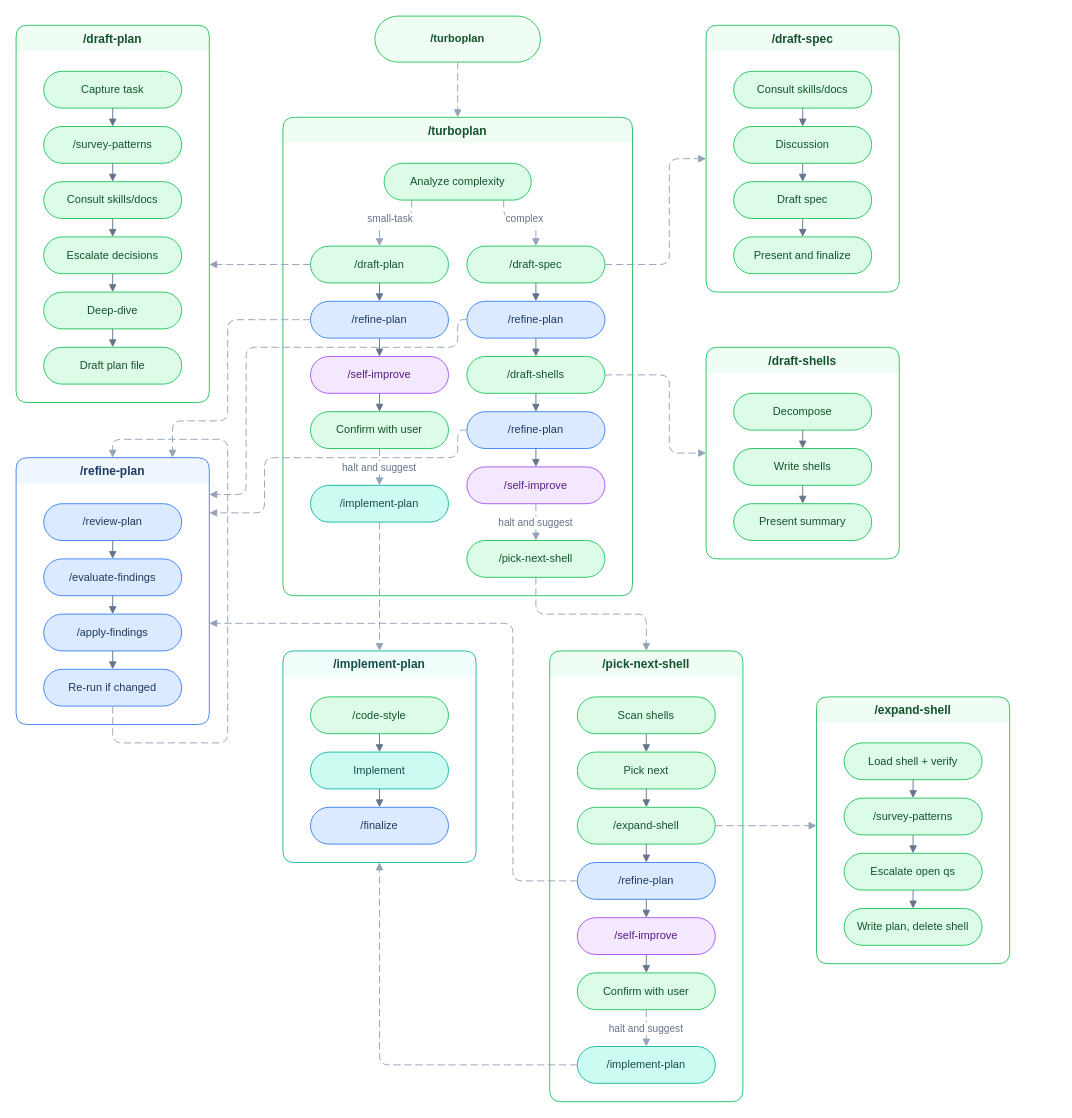
The draw.io diagram assets/how-turboplan-connects.drawio in tobihagemann/turbo, before the edit. Source tidied: cells renumbered, new cells numbered last; positions are measured from the earlier drawing's top-left corner, leaving out a move shared by most shapes. Both pictures are drawn from the tidied source at 92%, with x=0, y=0 at pixel (16, 16).
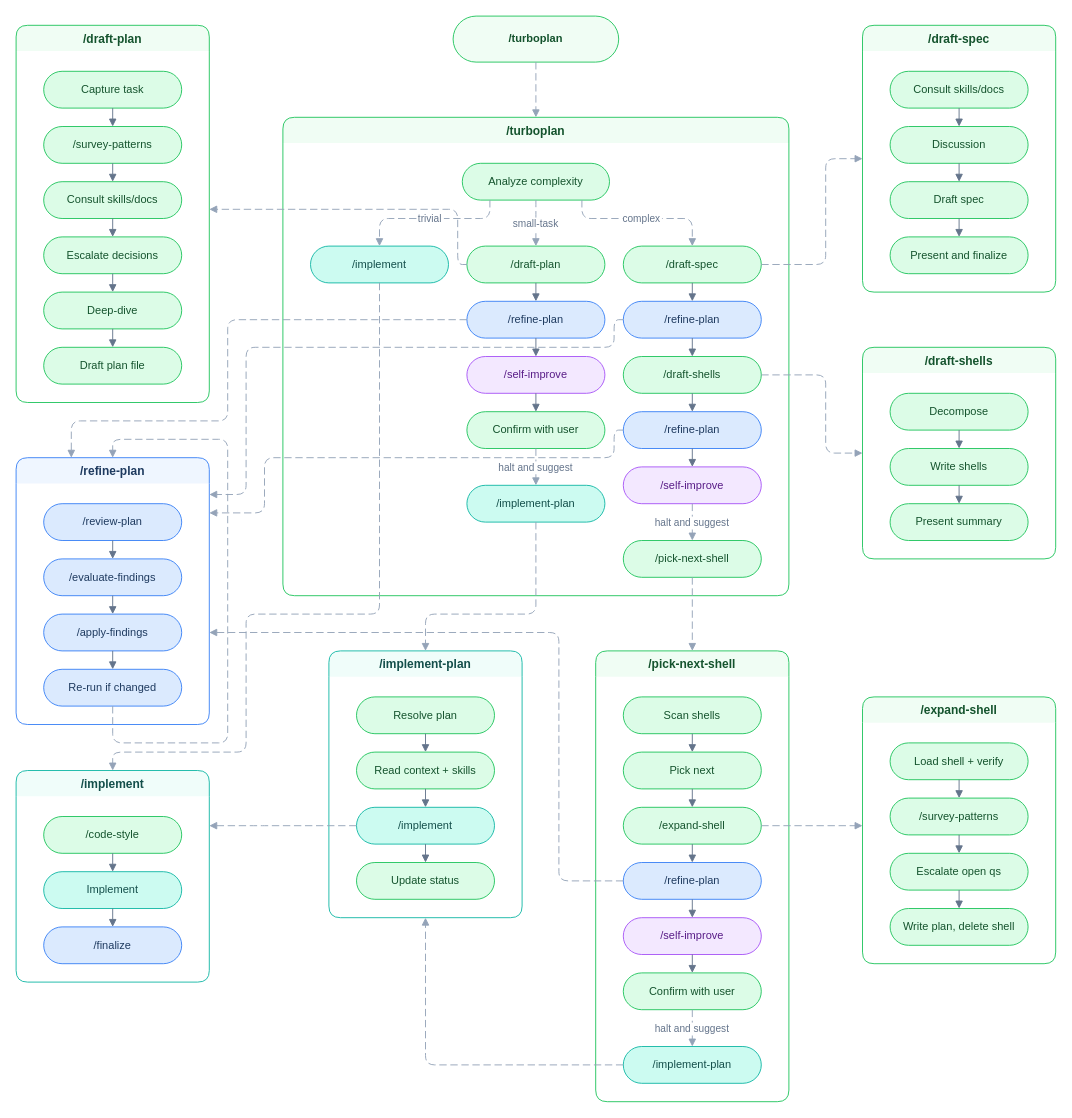
The same page after the edit.

Commit message (it also covers changes not shown here):
Extract /implement skill and add trivial mode for /turboplan and improvements

The change refers to these unchanged cells:
```xml
<mxCell id="28" value="/draft-plan" style="swimlane;startSize=28;rounded=1;fillColor=#f0fdf4;strokeColor=#22c55e;fontColor=#14532d;fontStyle=1;fontSize=13;swimlaneLine=0;" parent="1" vertex="1">
  <mxGeometry y="10" width="210" height="410" as="geometry" />
</mxCell>
<mxCell id="40" value="/refine-plan" style="swimlane;startSize=28;rounded=1;fillColor=#eff6ff;strokeColor=#3b82f6;fontColor=#1e3a5f;fontStyle=1;fontSize=13;swimlaneLine=0;" parent="1" vertex="1">
  <mxGeometry y="480" width="210" height="290" as="geometry" />
</mxCell>
<mxCell id="73" value="/refine-plan" style="rounded=1;whiteSpace=wrap;html=1;arcSize=50;fillColor=#dbeafe;strokeColor=#3b82f6;fontColor=#1e3a5f;fontSize=12;" parent="69" vertex="1">
  <mxGeometry x="30" y="230" width="150" height="40" as="geometry" />
</mxCell>
```

Diff of the diagram source:
```diff
@@
     <mxCell id="2" value="/turboplan" style="rounded=1;whiteSpace=wrap;html=1;arcSize=50;fillColor=#f0fdf4;strokeColor=#22c55e;fontColor=#14532d;fontSize=12;fontStyle=1;" parent="1" vertex="1">
-      <mxGeometry x="390" width="180" height="50" as="geometry" />
+      <mxGeometry x="475" width="180" height="50" as="geometry" />
     </mxCell>
@@
     <mxCell id="4" value="/turboplan" style="swimlane;startSize=28;rounded=1;fillColor=#f0fdf4;strokeColor=#22c55e;fontColor=#14532d;fontStyle=1;fontSize=13;swimlaneLine=0;" parent="1" vertex="1">
-      <mxGeometry x="290" y="110" width="380" height="520" as="geometry" />
+      <mxGeometry x="290" y="110" width="550" height="520" as="geometry" />
     </mxCell>
     <mxCell id="5" value="Analyze complexity" style="rounded=1;whiteSpace=wrap;html=1;arcSize=50;fillColor=#dcfce7;strokeColor=#22c55e;fontColor=#14532d;fontSize=12;" parent="4" vertex="1">
-      <mxGeometry x="110" y="50" width="160" height="40" as="geometry" />
+      <mxGeometry x="195" y="50" width="160" height="40" as="geometry" />
     </mxCell>
     <mxCell id="6" value="/draft-plan" style="rounded=1;whiteSpace=wrap;html=1;arcSize=50;fillColor=#dcfce7;strokeColor=#22c55e;fontColor=#14532d;fontSize=12;" parent="4" vertex="1">
-      <mxGeometry x="30" y="140" width="150" height="40" as="geometry" />
+      <mxGeometry x="200" y="140" width="150" height="40" as="geometry" />
     </mxCell>
     <mxCell id="7" value="/refine-plan" style="rounded=1;whiteSpace=wrap;html=1;arcSize=50;fillColor=#dbeafe;strokeColor=#3b82f6;fontColor=#1e3a5f;fontSize=12;" parent="4" vertex="1">
-      <mxGeometry x="30" y="200" width="150" height="40" as="geometry" />
+      <mxGeometry x="200" y="200" width="150" height="40" as="geometry" />
     </mxCell>
     <mxCell id="8" value="/self-improve" style="rounded=1;whiteSpace=wrap;html=1;arcSize=50;fillColor=#f3e8ff;strokeColor=#a855f7;fontColor=#581c87;fontSize=12;" parent="4" vertex="1">
-      <mxGeometry x="30" y="260" width="150" height="40" as="geometry" />
+      <mxGeometry x="200" y="260" width="150" height="40" as="geometry" />
     </mxCell>
     <mxCell id="9" value="Confirm with user" style="rounded=1;whiteSpace=wrap;html=1;arcSize=50;fillColor=#dcfce7;strokeColor=#22c55e;fontColor=#14532d;fontSize=12;" parent="4" vertex="1">
-      <mxGeometry x="30" y="320" width="150" height="40" as="geometry" />
+      <mxGeometry x="200" y="320" width="150" height="40" as="geometry" />
     </mxCell>
     <mxCell id="10" value="/implement-plan" style="rounded=1;whiteSpace=wrap;html=1;arcSize=50;fillColor=#ccfbf1;strokeColor=#14b8a6;fontColor=#134e4a;fontSize=12;" parent="4" vertex="1">
-      <mxGeometry x="30" y="400" width="150" height="40" as="geometry" />
+      <mxGeometry x="200" y="400" width="150" height="40" as="geometry" />
     </mxCell>
     <mxCell id="11" value="/draft-spec" style="rounded=1;whiteSpace=wrap;html=1;arcSize=50;fillColor=#dcfce7;strokeColor=#22c55e;fontColor=#14532d;fontSize=12;" parent="4" vertex="1">
-      <mxGeometry x="200" y="140" width="150" height="40" as="geometry" />
+      <mxGeometry x="370" y="140" width="150" height="40" as="geometry" />
     </mxCell>
     <mxCell id="12" value="/refine-plan" style="rounded=1;whiteSpace=wrap;html=1;arcSize=50;fillColor=#dbeafe;strokeColor=#3b82f6;fontColor=#1e3a5f;fontSize=12;" parent="4" vertex="1">
-      <mxGeometry x="200" y="200" width="150" height="40" as="geometry" />
+      <mxGeometry x="370" y="200" width="150" height="40" as="geometry" />
     </mxCell>
     <mxCell id="13" value="/draft-shells" style="rounded=1;whiteSpace=wrap;html=1;arcSize=50;fillColor=#dcfce7;strokeColor=#22c55e;fontColor=#14532d;fontSize=12;" parent="4" vertex="1">
-      <mxGeometry x="200" y="260" width="150" height="40" as="geometry" />
+      <mxGeometry x="370" y="260" width="150" height="40" as="geometry" />
     </mxCell>
     <mxCell id="14" value="/refine-plan" style="rounded=1;whiteSpace=wrap;html=1;arcSize=50;fillColor=#dbeafe;strokeColor=#3b82f6;fontColor=#1e3a5f;fontSize=12;" parent="4" vertex="1">
-      <mxGeometry x="200" y="320" width="150" height="40" as="geometry" />
+      <mxGeometry x="370" y="320" width="150" height="40" as="geometry" />
     </mxCell>
     <mxCell id="15" value="/self-improve" style="rounded=1;whiteSpace=wrap;html=1;arcSize=50;fillColor=#f3e8ff;strokeColor=#a855f7;fontColor=#581c87;fontSize=12;" parent="4" vertex="1">
-      <mxGeometry x="200" y="380" width="150" height="40" as="geometry" />
+      <mxGeometry x="370" y="380" width="150" height="40" as="geometry" />
     </mxCell>
     <mxCell id="16" value="/pick-next-shell" style="rounded=1;whiteSpace=wrap;html=1;arcSize=50;fillColor=#dcfce7;strokeColor=#22c55e;fontColor=#14532d;fontSize=12;" parent="4" vertex="1">
-      <mxGeometry x="200" y="460" width="150" height="40" as="geometry" />
+      <mxGeometry x="370" y="460" width="150" height="40" as="geometry" />
     </mxCell>
     <mxCell id="17" value="small-task" style="dashed=1;dashPattern=8 4;endArrow=block;endFill=1;rounded=1;edgeStyle=orthogonalEdgeStyle;strokeColor=#94a3b8;fontSize=11;fontColor=#64748b;" parent="4" edge="1" source="5" target="6">
       <mxGeometry relative="1" as="geometry">
         <Array as="points">
-          <mxPoint x="140" y="110" />
-          <mxPoint x="105" y="110" />
+          <mxPoint x="275" y="100" />
+          <mxPoint x="275" y="100" />
         </Array>
       </mxGeometry>
     </mxCell>
     <mxCell id="18" value="complex" style="dashed=1;dashPattern=8 4;endArrow=block;endFill=1;rounded=1;edgeStyle=orthogonalEdgeStyle;strokeColor=#94a3b8;fontSize=11;fontColor=#64748b;" parent="4" edge="1" source="5" target="11">
       <mxGeometry relative="1" as="geometry">
         <Array as="points">
-          <mxPoint x="240" y="110" />
-          <mxPoint x="275" y="110" />
+          <mxPoint x="325" y="110" />
+          <mxPoint x="445" y="110" />
         </Array>
       </mxGeometry>
     </mxCell>
+    <mxCell id="102" value="/implement" style="rounded=1;whiteSpace=wrap;html=1;arcSize=50;fillColor=#ccfbf1;strokeColor=#14b8a6;fontColor=#134e4a;fontSize=12;" parent="4" vertex="1">
+      <mxGeometry x="30" y="140" width="150" height="40" as="geometry" />
+    </mxCell>
+    <mxCell id="103" value="trivial" style="dashed=1;dashPattern=8 4;endArrow=block;endFill=1;rounded=1;edgeStyle=orthogonalEdgeStyle;strokeColor=#94a3b8;fontSize=11;fontColor=#64748b;" parent="4" edge="1" source="5" target="102">
+      <mxGeometry relative="1" as="geometry">
+        <Array as="points">
+          <mxPoint x="225" y="110" />
+          <mxPoint x="105" y="110" />
+        </Array>
+      </mxGeometry>
+    </mxCell>
@@
     <mxCell id="49" value="/implement-plan" style="swimlane;startSize=28;rounded=1;fillColor=#f0fdfa;strokeColor=#14b8a6;fontColor=#134e4a;fontStyle=1;fontSize=13;swimlaneLine=0;" parent="1" vertex="1">
-      <mxGeometry x="290" y="690" width="210" height="230" as="geometry" />
+      <mxGeometry x="340" y="690" width="210" height="290" as="geometry" />
     </mxCell>
-    <mxCell id="50" value="/code-style" style="rounded=1;whiteSpace=wrap;html=1;arcSize=50;fillColor=#dcfce7;strokeColor=#22c55e;fontColor=#14532d;fontSize=12;" parent="49" vertex="1">
-      <mxGeometry x="30" y="50" width="150" height="40" as="geometry" />
-    </mxCell>
-    <mxCell id="51" value="Implement" style="rounded=1;whiteSpace=wrap;html=1;arcSize=50;fillColor=#ccfbf1;strokeColor=#14b8a6;fontColor=#134e4a;fontSize=12;" parent="49" vertex="1">
-      <mxGeometry x="30" y="110" width="150" height="40" as="geometry" />
-    </mxCell>
-    <mxCell id="52" value="/finalize" style="rounded=1;whiteSpace=wrap;html=1;arcSize=50;fillColor=#dbeafe;strokeColor=#3b82f6;fontColor=#1e3a5f;fontSize=12;" parent="49" vertex="1">
-      <mxGeometry x="30" y="170" width="150" height="40" as="geometry" />
-    </mxCell>
-    <mxCell id="53" style="endArrow=block;endFill=1;rounded=1;edgeStyle=orthogonalEdgeStyle;strokeColor=#64748b;" parent="49" edge="1" source="50" target="51">
-      <mxGeometry relative="1" as="geometry" />
-    </mxCell>
-    <mxCell id="54" style="endArrow=block;endFill=1;rounded=1;edgeStyle=orthogonalEdgeStyle;strokeColor=#64748b;" parent="49" edge="1" source="51" target="52">
-      <mxGeometry relative="1" as="geometry" />
-    </mxCell>
+    <mxCell id="104" value="Resolve plan" style="rounded=1;whiteSpace=wrap;html=1;arcSize=50;fillColor=#dcfce7;strokeColor=#22c55e;fontColor=#14532d;fontSize=12;" parent="49" vertex="1">
+      <mxGeometry x="30" y="50" width="150" height="40" as="geometry" />
+    </mxCell>
+    <mxCell id="105" value="Read context + skills" style="rounded=1;whiteSpace=wrap;html=1;arcSize=50;fillColor=#dcfce7;strokeColor=#22c55e;fontColor=#14532d;fontSize=12;" parent="49" vertex="1">
+      <mxGeometry x="30" y="110" width="150" height="40" as="geometry" />
+    </mxCell>
+    <mxCell id="106" value="/implement" style="rounded=1;whiteSpace=wrap;html=1;arcSize=50;fillColor=#ccfbf1;strokeColor=#14b8a6;fontColor=#134e4a;fontSize=12;" parent="49" vertex="1">
+      <mxGeometry x="30" y="170" width="150" height="40" as="geometry" />
+    </mxCell>
+    <mxCell id="107" value="Update status" style="rounded=1;whiteSpace=wrap;html=1;arcSize=50;fillColor=#dcfce7;strokeColor=#22c55e;fontColor=#14532d;fontSize=12;" parent="49" vertex="1">
+      <mxGeometry x="30" y="230" width="150" height="40" as="geometry" />
+    </mxCell>
+    <mxCell id="108" style="endArrow=block;endFill=1;rounded=1;edgeStyle=orthogonalEdgeStyle;strokeColor=#64748b;" parent="49" edge="1" source="104" target="105">
+      <mxGeometry relative="1" as="geometry" />
+    </mxCell>
+    <mxCell id="109" style="endArrow=block;endFill=1;rounded=1;edgeStyle=orthogonalEdgeStyle;strokeColor=#64748b;" parent="49" edge="1" source="105" target="106">
+      <mxGeometry relative="1" as="geometry" />
+    </mxCell>
+    <mxCell id="110" style="endArrow=block;endFill=1;rounded=1;edgeStyle=orthogonalEdgeStyle;strokeColor=#64748b;" parent="49" edge="1" source="106" target="107">
+      <mxGeometry relative="1" as="geometry" />
+    </mxCell>
     <mxCell id="55" value="/draft-spec" style="swimlane;startSize=28;rounded=1;fillColor=#f0fdf4;strokeColor=#22c55e;fontColor=#14532d;fontStyle=1;fontSize=13;swimlaneLine=0;" parent="1" vertex="1">
-      <mxGeometry x="750" y="10" width="210" height="290" as="geometry" />
+      <mxGeometry x="920" y="10" width="210" height="290" as="geometry" />
     </mxCell>
@@
     <mxCell id="63" value="/draft-shells" style="swimlane;startSize=28;rounded=1;fillColor=#f0fdf4;strokeColor=#22c55e;fontColor=#14532d;fontStyle=1;fontSize=13;swimlaneLine=0;" parent="1" vertex="1">
-      <mxGeometry x="750" y="360" width="210" height="230" as="geometry" />
+      <mxGeometry x="920" y="360" width="210" height="230" as="geometry" />
     </mxCell>
@@
     <mxCell id="69" value="/pick-next-shell" style="swimlane;startSize=28;rounded=1;fillColor=#f0fdf4;strokeColor=#22c55e;fontColor=#14532d;fontStyle=1;fontSize=13;swimlaneLine=0;" parent="1" vertex="1">
-      <mxGeometry x="580" y="690" width="210" height="490" as="geometry" />
+      <mxGeometry x="630" y="690" width="210" height="490" as="geometry" />
     </mxCell>
@@
     <mxCell id="83" value="/expand-shell" style="swimlane;startSize=28;rounded=1;fillColor=#f0fdf4;strokeColor=#22c55e;fontColor=#14532d;fontStyle=1;fontSize=13;swimlaneLine=0;" parent="1" vertex="1">
-      <mxGeometry x="870" y="740" width="210" height="290" as="geometry" />
+      <mxGeometry x="920" y="740" width="210" height="290" as="geometry" />
     </mxCell>
@@
     <mxCell id="92" style="dashed=1;dashPattern=8 4;endArrow=block;endFill=1;rounded=1;edgeStyle=orthogonalEdgeStyle;strokeColor=#94a3b8;fontSize=11;fontColor=#64748b;" parent="1" edge="1" source="6" target="28">
       <mxGeometry relative="1" as="geometry">
         <Array as="points">
-          <mxPoint x="240" y="270" />
-          <mxPoint x="240" y="270" />
+          <mxPoint x="480" y="270" />
+          <mxPoint x="480" y="210" />
         </Array>
       </mxGeometry>
     </mxCell>
     <mxCell id="93" style="dashed=1;dashPattern=8 4;endArrow=block;endFill=1;rounded=1;edgeStyle=orthogonalEdgeStyle;strokeColor=#94a3b8;fontSize=11;fontColor=#64748b;" parent="1" edge="1" source="7" target="40">
       <mxGeometry relative="1" as="geometry">
         <Array as="points">
           <mxPoint x="230" y="330" />
           <mxPoint x="230" y="440" />
-          <mxPoint x="170" y="440" />
+          <mxPoint x="60" y="440" />
         </Array>
       </mxGeometry>
     </mxCell>
     <mxCell id="94" style="dashed=1;dashPattern=8 4;endArrow=block;endFill=1;rounded=1;edgeStyle=orthogonalEdgeStyle;strokeColor=#94a3b8;fontSize=11;fontColor=#64748b;" parent="1" edge="1" source="11" target="55">
       <mxGeometry relative="1" as="geometry">
         <Array as="points">
-          <mxPoint x="710" y="270" />
-          <mxPoint x="710" y="155" />
+          <mxPoint x="880" y="270" />
+          <mxPoint x="880" y="155" />
         </Array>
       </mxGeometry>
     </mxCell>
     <mxCell id="95" style="dashed=1;dashPattern=8 4;endArrow=block;endFill=1;rounded=1;edgeStyle=orthogonalEdgeStyle;strokeColor=#94a3b8;fontSize=11;fontColor=#64748b;" parent="1" edge="1" source="13" target="63">
       <mxGeometry relative="1" as="geometry">
         <Array as="points">
-          <mxPoint x="710" y="390" />
-          <mxPoint x="710" y="475" />
+          <mxPoint x="880" y="390" />
+          <mxPoint x="880" y="475" />
         </Array>
       </mxGeometry>
     </mxCell>
     <mxCell id="96" style="dashed=1;dashPattern=8 4;endArrow=block;endFill=1;rounded=1;edgeStyle=orthogonalEdgeStyle;strokeColor=#94a3b8;fontSize=11;fontColor=#64748b;" parent="1" edge="1" source="12" target="40">
       <mxGeometry relative="1" as="geometry">
         <Array as="points">
-          <mxPoint x="480" y="330" />
-          <mxPoint x="480" y="360" />
+          <mxPoint x="650" y="330" />
+          <mxPoint x="650" y="360" />
           <mxPoint x="250" y="360" />
           <mxPoint x="250" y="520" />
         </Array>
       </mxGeometry>
     </mxCell>
     <mxCell id="97" style="dashed=1;dashPattern=8 4;endArrow=block;endFill=1;rounded=1;edgeStyle=orthogonalEdgeStyle;strokeColor=#94a3b8;fontSize=11;fontColor=#64748b;" parent="1" edge="1" source="14" target="40">
       <mxGeometry relative="1" as="geometry">
         <Array as="points">
-          <mxPoint x="480" y="450" />
-          <mxPoint x="480" y="480" />
+          <mxPoint x="650" y="450" />
+          <mxPoint x="650" y="480" />
           <mxPoint x="270" y="480" />
           <mxPoint x="270" y="540" />
         </Array>
       </mxGeometry>
     </mxCell>
     <mxCell id="98" style="dashed=1;dashPattern=8 4;endArrow=block;endFill=1;rounded=1;edgeStyle=orthogonalEdgeStyle;strokeColor=#94a3b8;fontSize=11;fontColor=#64748b;" parent="1" edge="1" source="73" target="40">
       <mxGeometry relative="1" as="geometry">
         <Array as="points">
-          <mxPoint x="540" y="940" />
-          <mxPoint x="540" y="660" />
+          <mxPoint x="590" y="940" />
+          <mxPoint x="590" y="670" />
         </Array>
       </mxGeometry>
     </mxCell>
@@
     <mxCell id="100" style="dashed=1;dashPattern=8 4;endArrow=block;endFill=1;rounded=1;edgeStyle=orthogonalEdgeStyle;strokeColor=#94a3b8;fontSize=11;fontColor=#64748b;" parent="1" edge="1" source="10" target="49">
-      <mxGeometry relative="1" as="geometry" />
+      <mxGeometry relative="1" as="geometry">
+        <Array as="points">
+          <mxPoint x="565" y="650" />
+          <mxPoint x="445" y="650" />
+        </Array>
+      </mxGeometry>
     </mxCell>
@@
+    <mxCell id="111" value="/implement" style="swimlane;startSize=28;rounded=1;fillColor=#f0fdfa;strokeColor=#14b8a6;fontColor=#134e4a;fontStyle=1;fontSize=13;swimlaneLine=0;" parent="1" vertex="1">
+      <mxGeometry y="820" width="210" height="230" as="geometry" />
+    </mxCell>
+    <mxCell id="50" value="/code-style" style="rounded=1;whiteSpace=wrap;html=1;arcSize=50;fillColor=#dcfce7;strokeColor=#22c55e;fontColor=#14532d;fontSize=12;" parent="111" vertex="1">
+      <mxGeometry x="30" y="50" width="150" height="40" as="geometry" />
+    </mxCell>
+    <mxCell id="51" value="Implement" style="rounded=1;whiteSpace=wrap;html=1;arcSize=50;fillColor=#ccfbf1;strokeColor=#14b8a6;fontColor=#134e4a;fontSize=12;" parent="111" vertex="1">
+      <mxGeometry x="30" y="110" width="150" height="40" as="geometry" />
+    </mxCell>
+    <mxCell id="52" value="/finalize" style="rounded=1;whiteSpace=wrap;html=1;arcSize=50;fillColor=#dbeafe;strokeColor=#3b82f6;fontColor=#1e3a5f;fontSize=12;" parent="111" vertex="1">
+      <mxGeometry x="30" y="170" width="150" height="40" as="geometry" />
+    </mxCell>
+    <mxCell id="53" style="endArrow=block;endFill=1;rounded=1;edgeStyle=orthogonalEdgeStyle;strokeColor=#64748b;" parent="111" edge="1" source="50" target="51">
+      <mxGeometry relative="1" as="geometry" />
+    </mxCell>
+    <mxCell id="54" style="endArrow=block;endFill=1;rounded=1;edgeStyle=orthogonalEdgeStyle;strokeColor=#64748b;" parent="111" edge="1" source="51" target="52">
+      <mxGeometry relative="1" as="geometry" />
+    </mxCell>
+    <mxCell id="112" style="dashed=1;dashPattern=8 4;endArrow=block;endFill=1;rounded=1;edgeStyle=orthogonalEdgeStyle;strokeColor=#94a3b8;fontSize=11;fontColor=#64748b;" parent="1" edge="1" source="102" target="111">
+      <mxGeometry relative="1" as="geometry">
+        <Array as="points">
+          <mxPoint x="395" y="650" />
+          <mxPoint x="250" y="650" />
+          <mxPoint x="250" y="800" />
+          <mxPoint x="105" y="800" />
+        </Array>
+      </mxGeometry>
+    </mxCell>
+    <mxCell id="113" style="dashed=1;dashPattern=8 4;endArrow=block;endFill=1;rounded=1;edgeStyle=orthogonalEdgeStyle;strokeColor=#94a3b8;fontSize=11;fontColor=#64748b;" parent="1" edge="1" source="106" target="111">
+      <mxGeometry relative="1" as="geometry">
+        <Array as="points">
+          <mxPoint x="260" y="880" />
+          <mxPoint x="260" y="880" />
+        </Array>
+      </mxGeometry>
+    </mxCell>
```
